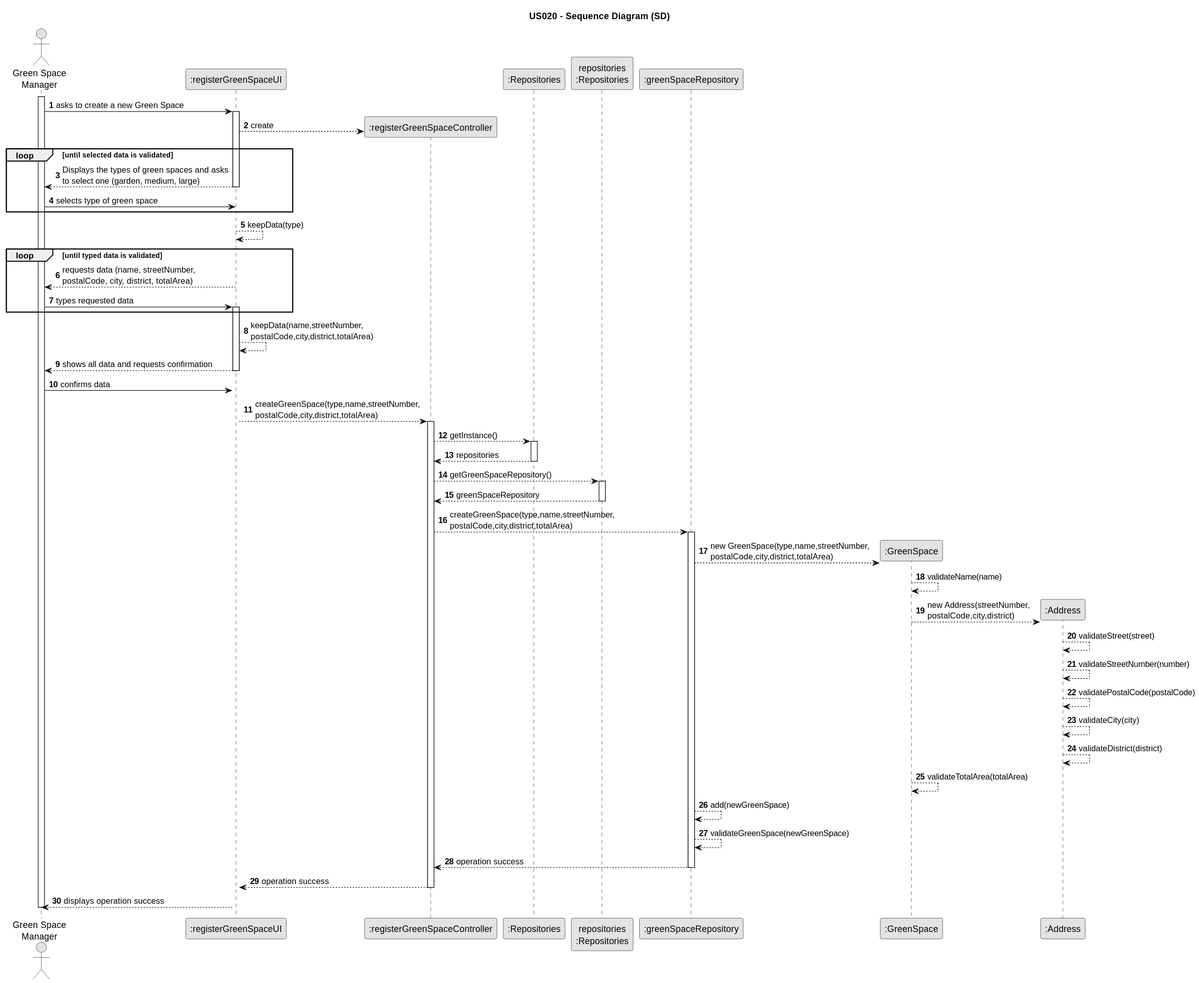
This is docs/sprintC/us020/03.design/svg/us020-sequence-diagram.svg from Rui-San/LAPR2_2023_2024, a PlantUML export, as it was before one commit. Its diagram source:
```plantuml
@startuml
skinparam monochrome true
skinparam packageStyle rectangle
skinparam shadowing false

title US020 - Sequence Diagram (SD)

autonumber

actor "Green Space\nManager" as GSM
participant ":registerGreenSpaceUI" as UI
participant ":registerGreenSpaceController" as CTRL
participant ":Repositories" as REPO
participant "repositories\n:Repositories" as REPOInstance
participant ":greenSpaceRepository" as GSRepo
participant ":GreenSpace" as GS
participant ":Address" as Address

activate GSM

    GSM -> UI : asks to create a new Green Space
    activate UI

        UI --> CTRL** : create
loop until selected data is validated
        UI --> GSM : Displays the types of green spaces and asks\nto select one (garden, medium, large)
    deactivate UI

    GSM -> UI : selects type of green space
end loop
    activate UI

        UI --> UI : keepData(type)
loop until typed data is validated
        UI --> GSM : requests data (name, streetNumber,\npostalCode, city, district, totalArea)
    deactivate UI

    GSM -> UI : types requested data
    activate UI
end loop
        UI --> UI : keepData(name,streetNumber,\npostalCode,city,district,totalArea)
        UI --> GSM : shows all data and requests confirmation
    deactivate UI

    GSM -> UI : confirms data
    activate UI

        UI --> CTRL : createGreenSpace(type,name,streetNumber,\npostalCode,city,district,totalArea)
        activate CTRL

            CTRL --> REPO : getInstance()
            activate REPO

                REPO --> CTRL : repositories
            deactivate REPO

            CTRL --> REPOInstance : getGreenSpaceRepository()
            activate REPOInstance

                REPOInstance --> CTRL : greenSpaceRepository
            deactivate REPOInstance

            CTRL --> GSRepo : createGreenSpace(type,name,streetNumber,\npostalCode,city,district,totalArea)
            activate GSRepo

                GSRepo --> GS** : new GreenSpace(type,name,streetNumber,\npostalCode,city,district,totalArea)
                    GS --> GS : validateName(name)
                    GS --> Address** : new Address(streetNumber,\npostalCode,city,district)
                        Address --> Address : validateStreet(street)
                        Address --> Address : validateStreetNumber(number)
                        Address --> Address : validatePostalCode(postalCode)
                        Address --> Address : validateCity(city)
                        Address --> Address : validateDistrict(district)
                    GS --> GS : validateTotalArea(totalArea)
                GSRepo --> GSRepo : add(newGreenSpace)
                GSRepo --> GSRepo : validateGreenSpace(newGreenSpace)
                GSRepo --> CTRL : operation success
            deactivate GSRepo

            CTRL --> UI : operation success
        deactivate CTRL

        UI --> GSM : displays operation success
    deactivate GSM
@enduml
```
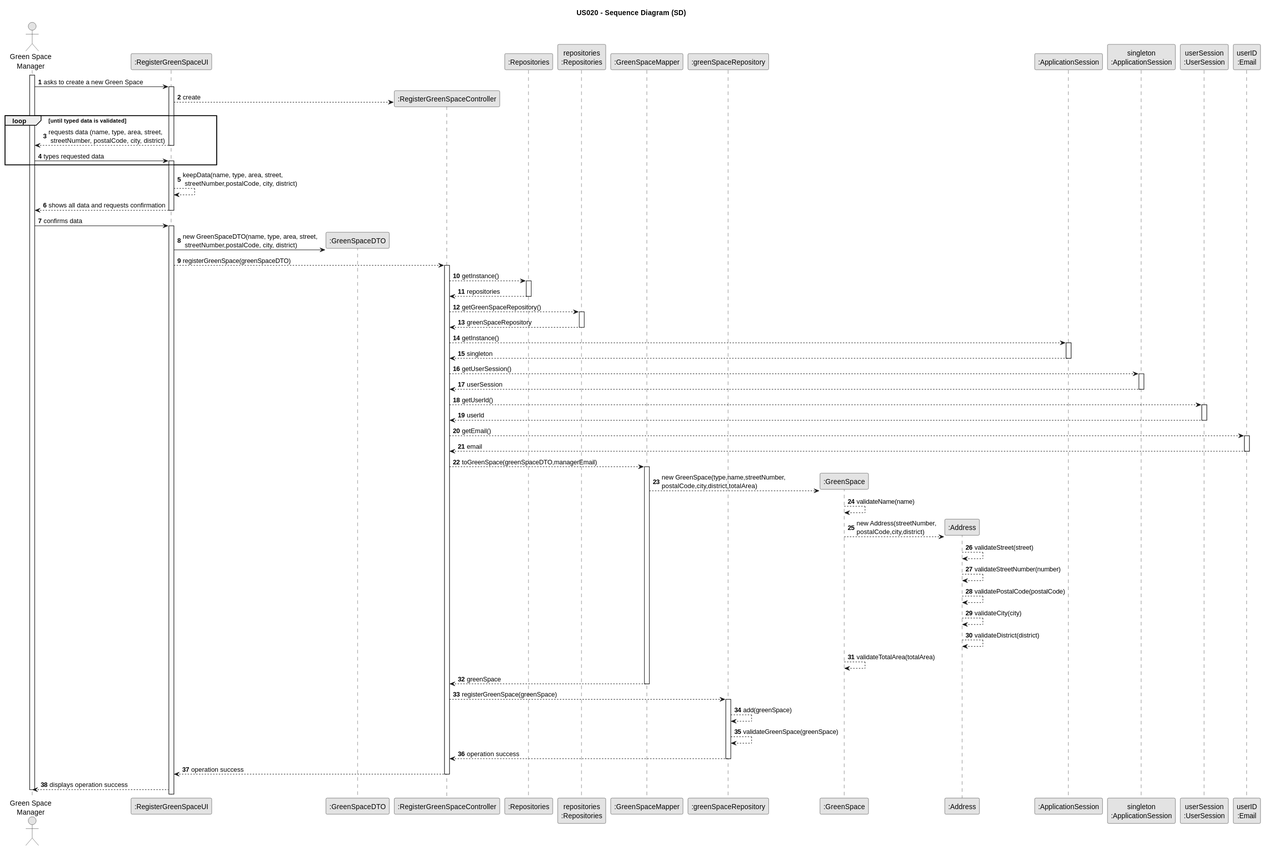
Above is the later version.

Diff of the diagram source:
```diff
@@ -8,13 +8,19 @@
 autonumber
 
 actor "Green Space\nManager" as GSM
-participant ":registerGreenSpaceUI" as UI
-participant ":registerGreenSpaceController" as CTRL
+participant ":RegisterGreenSpaceUI" as UI
+participant ":GreenSpaceDTO" as DTO
+participant ":RegisterGreenSpaceController" as CTRL
 participant ":Repositories" as REPO
 participant "repositories\n:Repositories" as REPOInstance
+participant ":GreenSpaceMapper" as Mapper
 participant ":greenSpaceRepository" as GSRepo
 participant ":GreenSpace" as GS
 participant ":Address" as Address
+participant ":ApplicationSession" as APP
+participant "singleton\n:ApplicationSession" as APPSingleton
+participant "userSession\n:UserSession" as UserSession
+participant "userID\n:Email" as Email
 
 activate GSM
 
@@ -22,30 +28,24 @@
     activate UI
 
         UI --> CTRL** : create
-loop until selected data is validated
-        UI --> GSM : Displays the types of green spaces and asks\nto select one (garden, medium, large)
-    deactivate UI
 
-    GSM -> UI : selects type of green space
-end loop
-    activate UI
-
-        UI --> UI : keepData(type)
 loop until typed data is validated
-        UI --> GSM : requests data (name, streetNumber,\npostalCode, city, district, totalArea)
+        UI --> GSM : requests data (name, type, area, street,\n streetNumber, postalCode, city, district)
     deactivate UI
 
     GSM -> UI : types requested data
     activate UI
 end loop
-        UI --> UI : keepData(name,streetNumber,\npostalCode,city,district,totalArea)
+        UI --> UI : keepData(name, type, area, street,\n streetNumber,postalCode, city, district)
         UI --> GSM : shows all data and requests confirmation
     deactivate UI
 
     GSM -> UI : confirms data
     activate UI
 
-        UI --> CTRL : createGreenSpace(type,name,streetNumber,\npostalCode,city,district,totalArea)
+        UI -> DTO** : new GreenSpaceDTO(name, type, area, street,\n streetNumber,postalCode, city, district)
+
+        UI --> CTRL : registerGreenSpace(greenSpaceDTO)
         activate CTRL
 
             CTRL --> REPO : getInstance()
@@ -60,10 +60,34 @@
                 REPOInstance --> CTRL : greenSpaceRepository
             deactivate REPOInstance
 
-            CTRL --> GSRepo : createGreenSpace(type,name,streetNumber,\npostalCode,city,district,totalArea)
-            activate GSRepo
+            CTRL --> APP : getInstance()
+            activate APP
 
-                GSRepo --> GS** : new GreenSpace(type,name,streetNumber,\npostalCode,city,district,totalArea)
+                APP --> CTRL : singleton
+            deactivate APP
+
+            CTRL --> APPSingleton : getUserSession()
+            activate APPSingleton
+
+                APPSingleton --> CTRL : userSession
+            deactivate APPSingleton
+
+            CTRL --> UserSession : getUserId()
+            activate UserSession
+
+                UserSession --> CTRL : userId
+            deactivate UserSession
+
+            CTRL --> Email : getEmail()
+            activate Email
+
+                Email --> CTRL : email
+            deactivate Email
+
+            CTRL --> Mapper : toGreenSpace(greenSpaceDTO,managerEmail)
+            activate Mapper
+
+                Mapper --> GS** : new GreenSpace(type,name,streetNumber,\npostalCode,city,district,totalArea)
                     GS --> GS : validateName(name)
                     GS --> Address** : new Address(streetNumber,\npostalCode,city,district)
                         Address --> Address : validateStreet(street)
@@ -72,10 +96,18 @@
                         Address --> Address : validateCity(city)
                         Address --> Address : validateDistrict(district)
                     GS --> GS : validateTotalArea(totalArea)
-                GSRepo --> GSRepo : add(newGreenSpace)
-                GSRepo --> GSRepo : validateGreenSpace(newGreenSpace)
+                Mapper --> CTRL : greenSpace
+
+            deactivate Mapper
+
+            CTRL --> GSRepo : registerGreenSpace(greenSpace)
+            activate GSRepo
+
+                GSRepo --> GSRepo : add(greenSpace)
+                GSRepo --> GSRepo : validateGreenSpace(greenSpace)
                 GSRepo --> CTRL : operation success
             deactivate GSRepo
+
 
             CTRL --> UI : operation success
         deactivate CTRL
```
